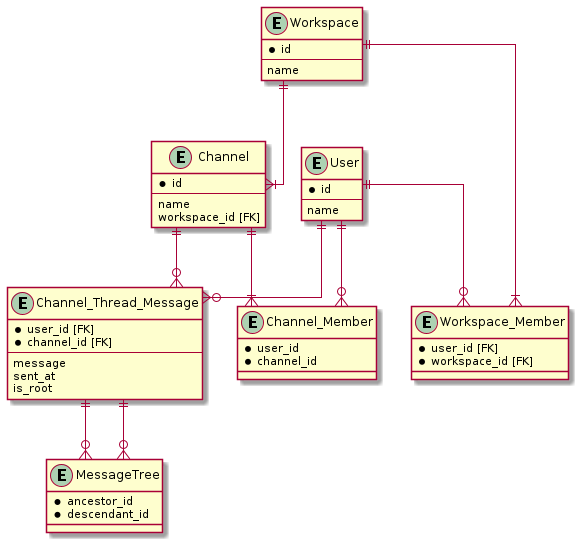
shimopino/praha-challenges keeps this PlantUML diagram as database/30_modeling2/assets/chat-v1.png. Above is the earlier version.
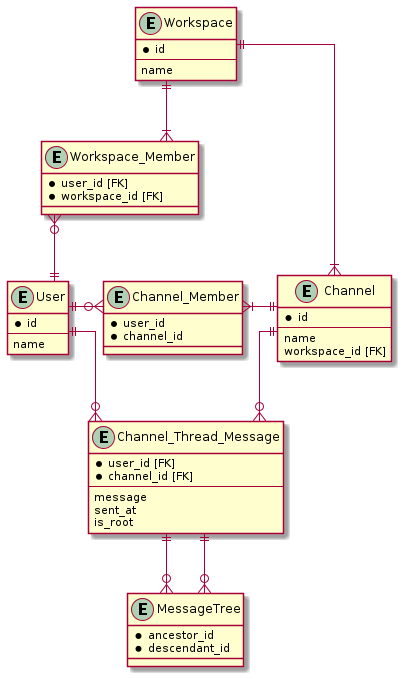
The same file after the commit.

Commit message:
docs: 各エンティティの配置場所の変更 #104

Diff of the diagram source:
```diff
@@ -46,10 +46,10 @@
 }
 
 Workspace ||--|{ Channel
-User ||--o{ Workspace_Member
+User ||-u-o{ Workspace_Member
 Workspace ||--|{ Workspace_Member
-User ||--o{ Channel_Member
-Channel ||--|{ Channel_Member
+User ||-r-o{ Channel_Member
+Channel ||-l-|{ Channel_Member
 User ||--o{ Channel_Thread_Message
 Channel ||--o{ Channel_Thread_Message
 Channel_Thread_Message ||--o{ MessageTree
```
